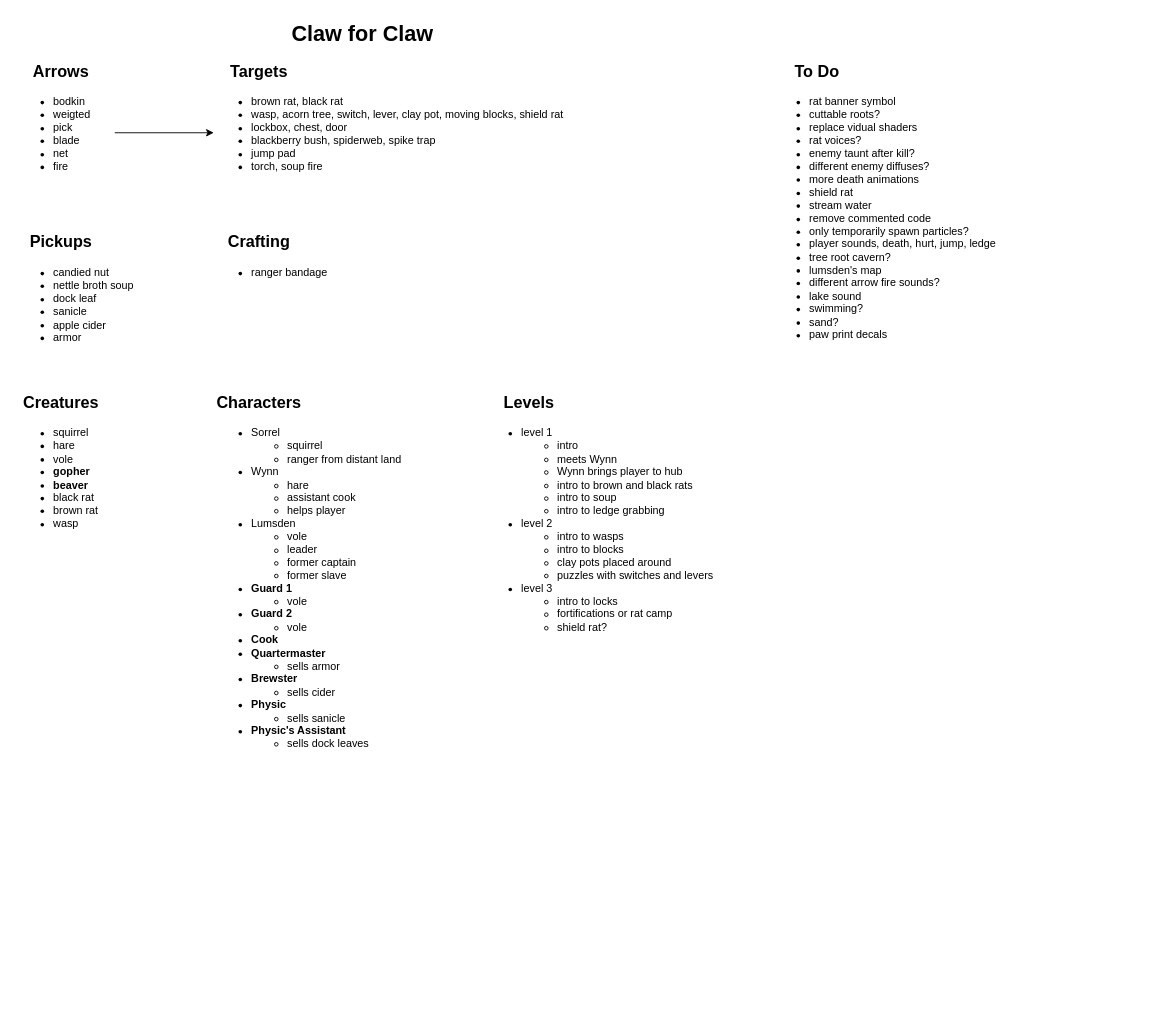
Earlier version of the draw.io diagram Planning/design-doc.drawio (camerondedore/Godot-Project-3). Source tidied: cells renumbered, new cells numbered last; positions are measured from the earlier drawing's top-left corner, leaving out a move shared by most shapes. Both pictures are drawn from the tidied source at 90%, with x=0, y=0 at pixel (15, 15).
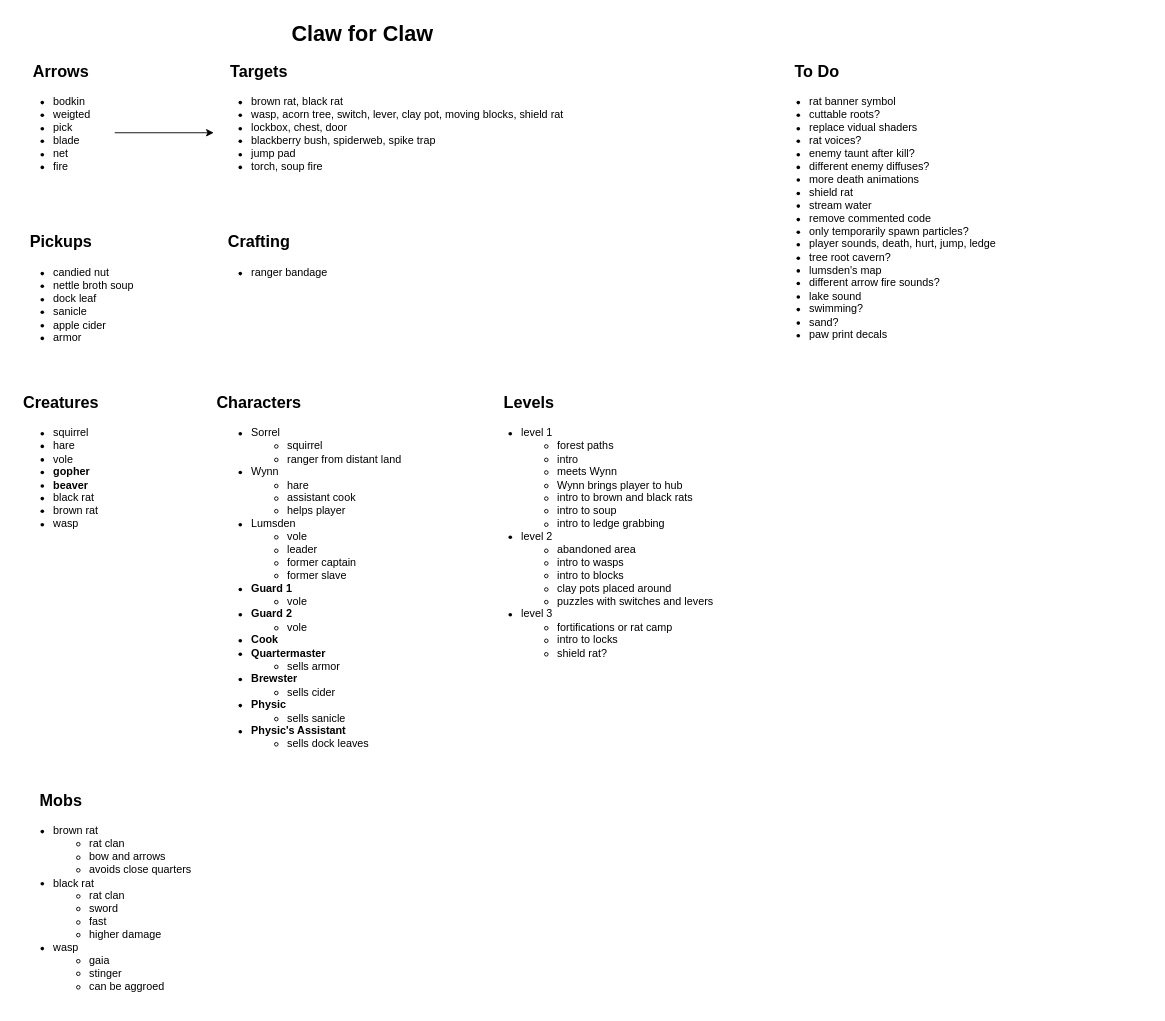
Above is the later version.

Diff of the diagram source:
```diff
@@
-    <mxCell id="17" value="&lt;ul&gt;&lt;li&gt;level 1&lt;/li&gt;&lt;ul&gt;&lt;li&gt;intro&lt;/li&gt;&lt;li&gt;meets Wynn&lt;/li&gt;&lt;li&gt;Wynn brings player to hub&lt;/li&gt;&lt;li&gt;intro to brown and black rats&lt;/li&gt;&lt;li&gt;intro to soup&lt;/li&gt;&lt;li&gt;intro to ledge grabbing&lt;/li&gt;&lt;/ul&gt;&lt;li&gt;level 2&lt;/li&gt;&lt;ul&gt;&lt;li&gt;intro to wasps&lt;/li&gt;&lt;li&gt;intro to blocks&lt;/li&gt;&lt;li&gt;clay pots placed around&lt;/li&gt;&lt;li&gt;puzzles with switches and levers&lt;/li&gt;&lt;/ul&gt;&lt;li&gt;level 3&lt;/li&gt;&lt;ul&gt;&lt;li&gt;intro to locks&lt;/li&gt;&lt;li&gt;fortifications or rat camp&lt;/li&gt;&lt;li&gt;shield rat?&lt;/li&gt;&lt;/ul&gt;&lt;/ul&gt;" style="text;html=1;align=left;verticalAlign=top;whiteSpace=wrap;rounded=0;" parent="1" vertex="1">
+    <mxCell id="17" value="&lt;ul&gt;&lt;li&gt;level 1&lt;/li&gt;&lt;ul&gt;&lt;li&gt;forest paths&lt;/li&gt;&lt;li&gt;intro&lt;/li&gt;&lt;li&gt;meets Wynn&lt;/li&gt;&lt;li&gt;Wynn brings player to hub&lt;/li&gt;&lt;li&gt;intro to brown and black rats&lt;/li&gt;&lt;li&gt;intro to soup&lt;/li&gt;&lt;li&gt;intro to ledge grabbing&lt;/li&gt;&lt;/ul&gt;&lt;li&gt;level 2&lt;/li&gt;&lt;ul&gt;&lt;li&gt;abandoned area&lt;/li&gt;&lt;li&gt;intro to wasps&lt;/li&gt;&lt;li&gt;intro to blocks&lt;/li&gt;&lt;li&gt;clay pots placed around&lt;/li&gt;&lt;li&gt;puzzles with switches and levers&lt;/li&gt;&lt;/ul&gt;&lt;li&gt;level 3&lt;/li&gt;&lt;ul&gt;&lt;li&gt;fortifications or rat camp&lt;/li&gt;&lt;li&gt;intro to locks&lt;/li&gt;&lt;li&gt;&lt;span style=&quot;background-color: transparent; color: light-dark(rgb(0, 0, 0), rgb(255, 255, 255));&quot;&gt;shield rat?&lt;/span&gt;&lt;br&gt;&lt;/li&gt;&lt;/ul&gt;&lt;/ul&gt;" style="text;html=1;align=left;verticalAlign=top;whiteSpace=wrap;rounded=0;" parent="1" vertex="1">
       <mxGeometry x="520" y="438" width="280" height="402" as="geometry" />
     </mxCell>
@@
+    <mxCell id="20" value="&lt;font style=&quot;font-size: 18px;&quot;&gt;Mobs&lt;/font&gt;" style="text;strokeColor=none;fillColor=none;html=1;fontSize=24;fontStyle=1;verticalAlign=middle;align=center;" parent="1" vertex="1">
+      <mxGeometry y="850" width="100" height="40" as="geometry" />
+    </mxCell>
+    <mxCell id="21" value="&lt;ul&gt;&lt;li&gt;brown rat&lt;/li&gt;&lt;ul&gt;&lt;li&gt;rat clan&lt;/li&gt;&lt;li&gt;bow and arrows&lt;/li&gt;&lt;li&gt;avoids close quarters&lt;/li&gt;&lt;/ul&gt;&lt;li&gt;black rat&lt;/li&gt;&lt;ul&gt;&lt;li&gt;rat clan&lt;/li&gt;&lt;li&gt;sword&lt;/li&gt;&lt;li&gt;fast&lt;/li&gt;&lt;li&gt;higher damage&lt;/li&gt;&lt;/ul&gt;&lt;li&gt;wasp&lt;/li&gt;&lt;ul&gt;&lt;li&gt;gaia&lt;/li&gt;&lt;li&gt;stinger&lt;/li&gt;&lt;li&gt;can be aggroed&lt;/li&gt;&lt;/ul&gt;&lt;/ul&gt;" style="text;html=1;align=left;verticalAlign=top;whiteSpace=wrap;rounded=0;" parent="1" vertex="1">
+      <mxGeometry y="880" width="240" height="220" as="geometry" />
+    </mxCell>
```
